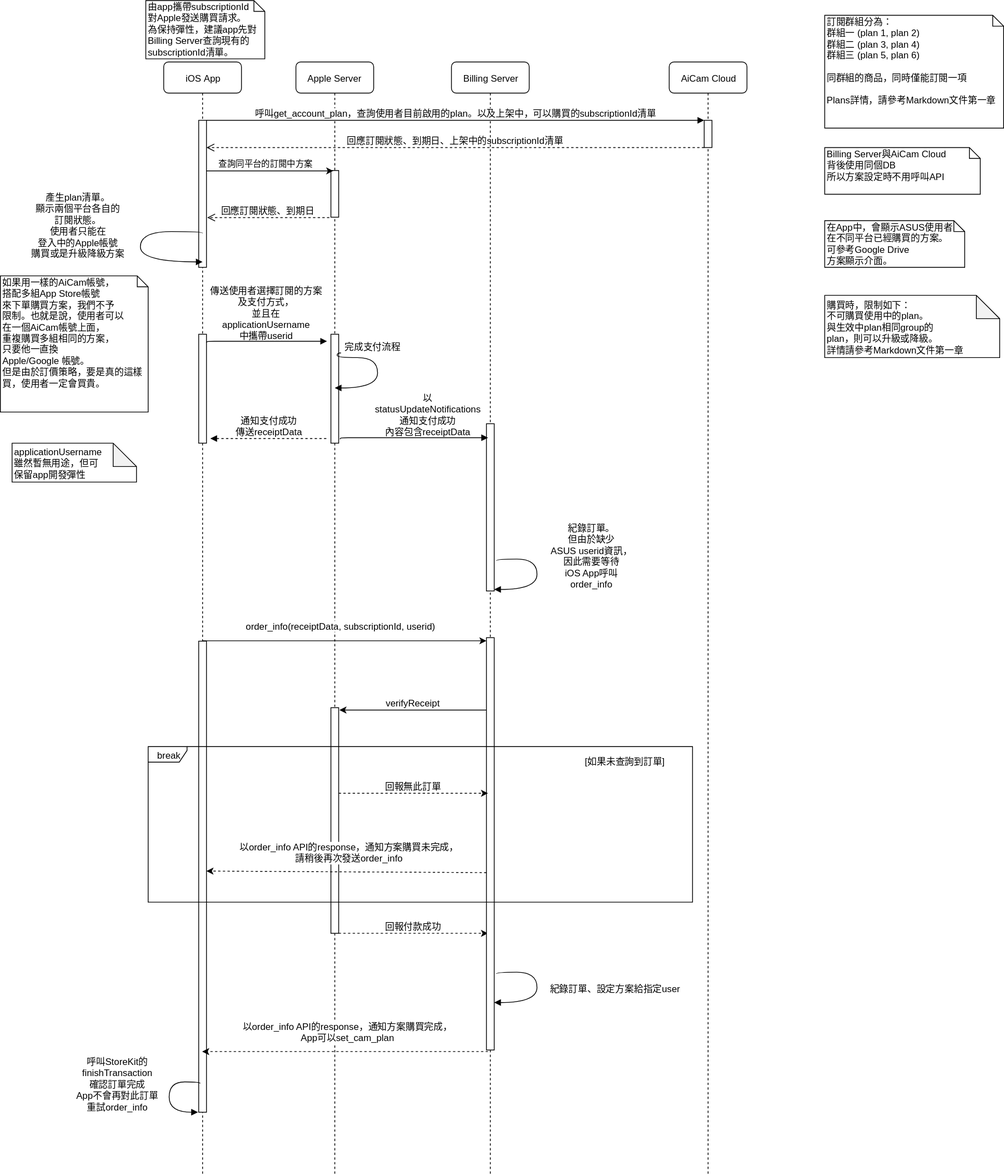
Above: aicam_cloud_in_app_purchases-purchase (iOS).svg in buddisattva/aicam.github.io (draw.io), before the change. Source tidied: cells renumbered, new cells last; positions are measured from the earlier drawing's top-left corner, leaving out a move shared by most shapes.
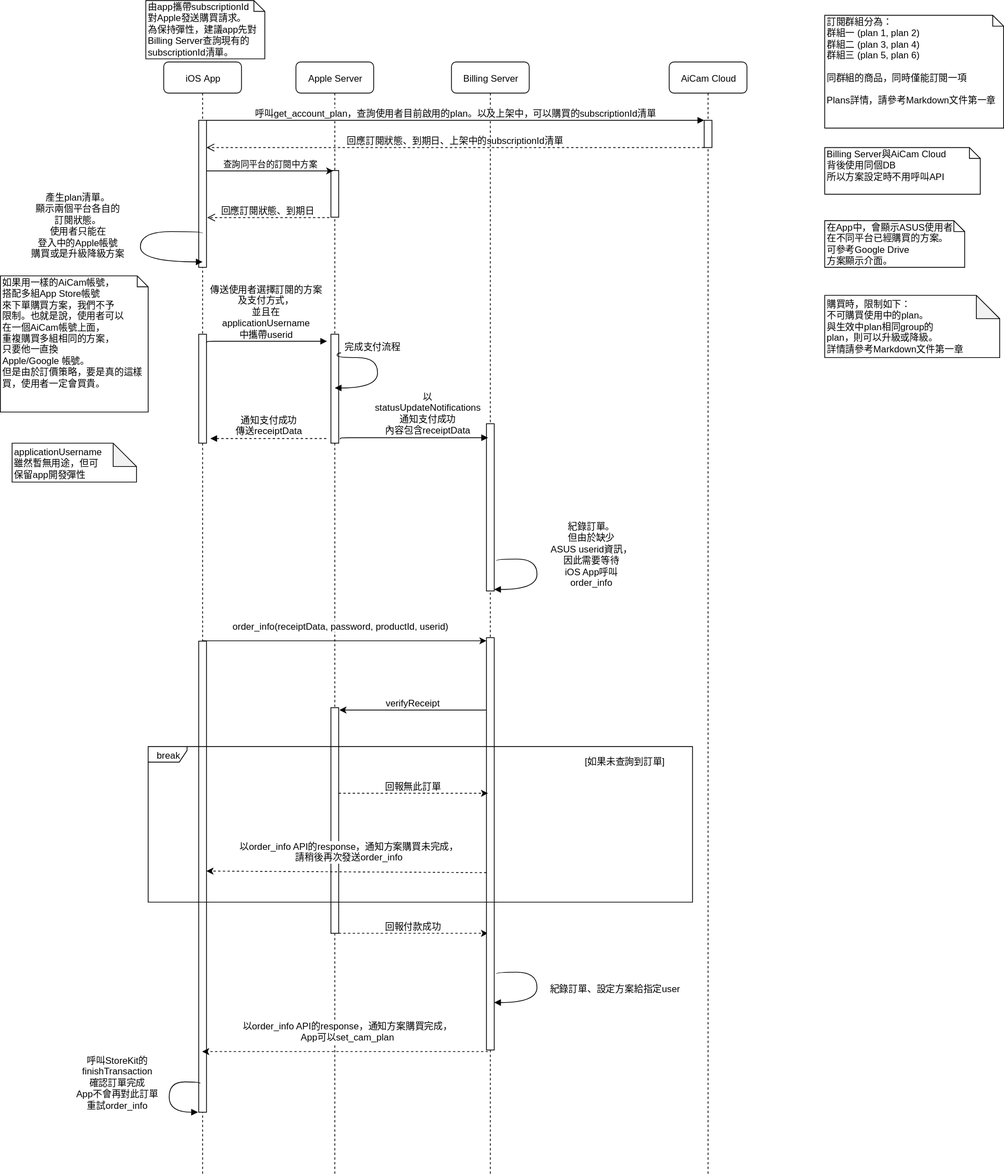
After the commit.

Commit message:
Update order_info API and sequence diagrams of purchasing.

The edit, as a diff of the source:
```diff
@@ -106,7 +106,7 @@
         </Array>
       </mxGeometry>
     </mxCell>
-    <mxCell id="21" value="&lt;font style=&quot;font-size: 12px&quot;&gt;&lt;font style=&quot;font-size: 12px&quot;&gt;order_info(&lt;font style=&quot;font-size: 12px&quot;&gt;receiptData,&amp;nbsp;&lt;/font&gt;&lt;/font&gt;&lt;span&gt;subscriptionId, userid&lt;/span&gt;&lt;font style=&quot;font-size: 12px&quot;&gt;)&lt;/font&gt;&lt;/font&gt;" style="endArrow=classic;html=1;labelBackgroundColor=#ffffff;fontFamily=Helvetica;fontSize=12;labelPosition=center;verticalLabelPosition=top;align=center;verticalAlign=bottom;" parent="1" edge="1" source="8">
+    <mxCell id="21" value="order_info(receiptData, password, productId, userid)" style="endArrow=classic;html=1;labelBackgroundColor=#ffffff;fontFamily=Helvetica;fontSize=12;labelPosition=center;verticalLabelPosition=top;align=center;verticalAlign=bottom;" parent="1" edge="1" source="8">
       <mxGeometry x="-0.03" y="10" relative="1" as="geometry">
         <mxPoint x="625" y="823" as="targetPoint" />
       </mxGeometry>
```
